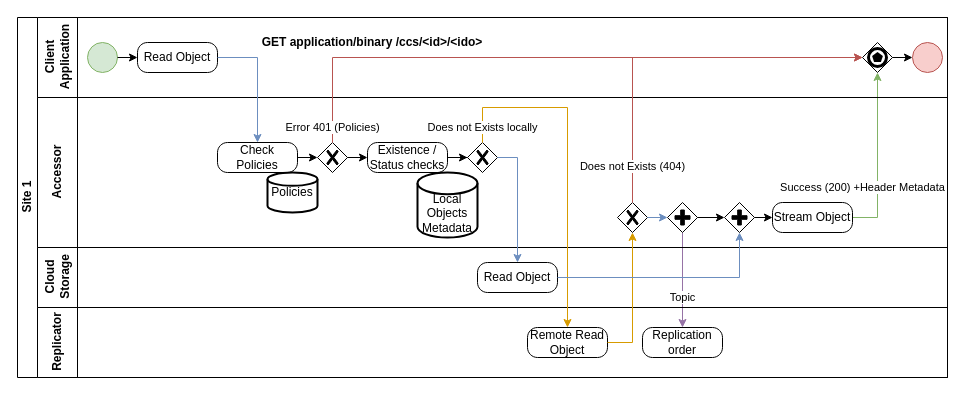
Above: page "Accessor-Read" (11 of 29) of ccs-doc/src/source/images/clone-cloud-store-diagram.drawio in fredericBregier/clone-cloud-store (draw.io), before the change. Source tidied: cells renumbered, new cells numbered last; positions are measured from the earlier drawing's top-left corner, leaving out a move shared by most shapes. Both pictures are drawn from the tidied source at 100%, with x=0, y=0 at pixel (17, 17).
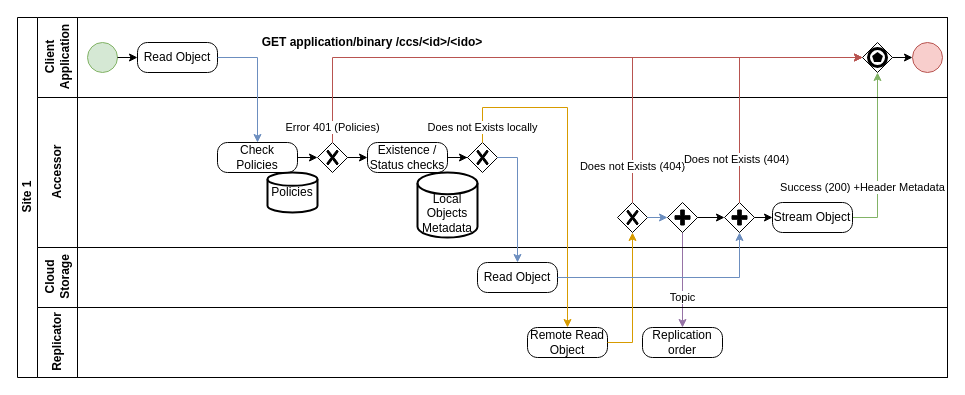
The same page after the edit.

Unchanged cells that the change refers to:
```xml
<mxCell id="2" value="Site 1" style="swimlane;html=1;horizontal=0;startSize=20;" parent="1" vertex="1">
  <mxGeometry width="930" height="360" as="geometry" />
</mxCell>
<mxCell id="7" style="points=[[0.25,0.25,0],[0.5,0,0],[0.75,0.25,0],[1,0.5,0],[0.75,0.75,0],[0.5,1,0],[0.25,0.75,0],[0,0.5,0]];shape=mxgraph.bpmn.gateway2;html=1;verticalLabelPosition=bottom;labelBackgroundColor=#ffffff;verticalAlign=top;align=center;perimeter=rhombusPerimeter;outlineConnect=0;outline=end;symbol=multiple;" parent="3" vertex="1">
  <mxGeometry x="825" y="25" width="30" height="30" as="geometry" />
</mxCell>
<mxCell id="27" style="points=[[0.25,0.25,0],[0.5,0,0],[0.75,0.25,0],[1,0.5,0],[0.75,0.75,0],[0.5,1,0],[0.25,0.75,0],[0,0.5,0]];shape=mxgraph.bpmn.gateway2;html=1;verticalLabelPosition=bottom;labelBackgroundColor=#ffffff;verticalAlign=top;align=center;perimeter=rhombusPerimeter;outlineConnect=0;outline=none;symbol=none;gwType=parallel;" parent="12" vertex="1">
  <mxGeometry x="687" y="105" width="30" height="30" as="geometry" />
</mxCell>
```

Diff of the diagram source:
```diff
@@
+    <mxCell id="42" style="edgeStyle=orthogonalEdgeStyle;rounded=0;jettySize=auto;html=1;exitX=0.5;exitY=0;exitDx=0;exitDy=0;exitPerimeter=0;entryX=0;entryY=0.5;entryDx=0;entryDy=0;entryPerimeter=0;fillColor=#f8cecc;strokeColor=#b85450;" parent="2" edge="1" source="27" target="7">
+      <mxGeometry relative="1" as="geometry" />
+    </mxCell>
+    <mxCell id="43" value="Does not Exists (404)" style="edgeLabel;html=1;align=center;verticalAlign=middle;" parent="42" vertex="1">
+      <mxGeometry x="-0.67" y="4" relative="1" as="geometry" />
+    </mxCell>
```
